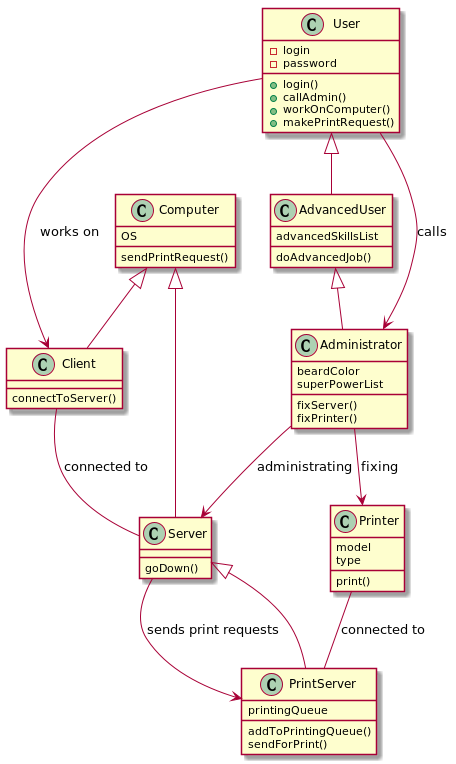
dstrmv/javaeelabz keeps this PlantUML diagram as src/uml/uml1.png. Above is the earlier version.
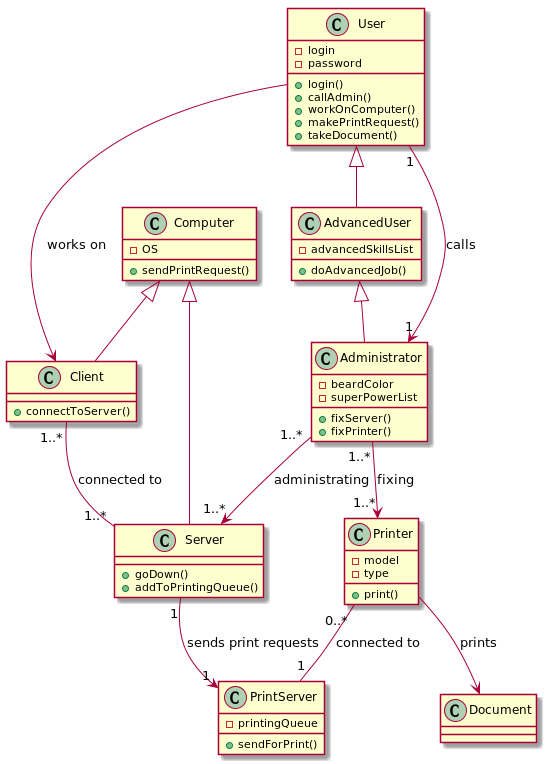
After the commit.

What changed in the source:
```diff
@@ -7,55 +7,56 @@
 +callAdmin()
 +workOnComputer()
 +makePrintRequest()
++takeDocument()
 }
 
 class AdvancedUser {
-    advancedSkillsList
-    doAdvancedJob()
+    -advancedSkillsList
+    +doAdvancedJob()
 }
 
 class Administrator {
-    beardColor
-    superPowerList
-    fixServer()
-    fixPrinter()
+    -beardColor
+    -superPowerList
+    +fixServer()
+    +fixPrinter()
 }
 
 class Computer {
-OS
-sendPrintRequest()
+    -OS
+    +sendPrintRequest()
 }
 
 class Client {
-    connectToServer()
+    +connectToServer()
 }
 
 class Server {
-    goDown()
+    +goDown()
+    +addToPrintingQueue()
 }
 
 class PrintServer {
-printingQueue
-addToPrintingQueue()
-sendForPrint()
+    -printingQueue
+    +sendForPrint()
 }
 
 class Printer {
-model
-type
-print()
+    -model
+    -type
+    +print()
 }
 
-Client -- Server : connected to
-Administrator --> Printer : fixing
+Client "1..*" -- "1..*" Server : connected to
+Administrator "1..*" --> "1..*" Printer : fixing
 User <|-- AdvancedUser
 AdvancedUser <|-- Administrator
 Computer <|-- Server
 Computer <|-- Client
-Server <|-- PrintServer
-Printer -- PrintServer : connected to
-Server --> PrintServer : sends print requests
-User --> Client : works on
-Administrator --> Server : administrating
-User --> Administrator : calls
+Printer "0..*" -- "1" PrintServer : connected to
+Server "1" --> "1" PrintServer : sends print requests
+User  --> Client : works on
+Administrator "1..*" --> "1..*" Server : administrating
+User "1" --> "1" Administrator : calls
+Printer --> Document : prints
 @enduml
```
